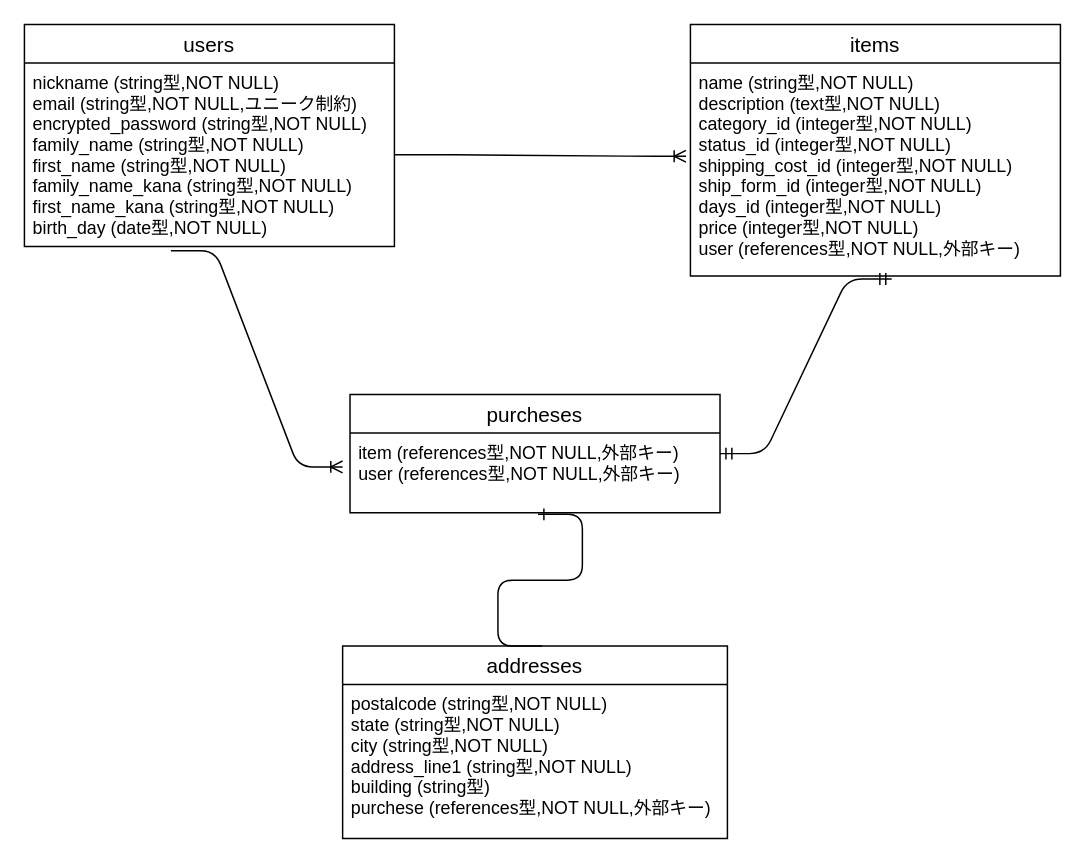
Earlier version of the draw.io diagram furima-er.dio (takashiusami0131/furima-38810). Source tidied: cells renumbered, new cells numbered last; positions are measured from the earlier drawing's top-left corner, leaving out a move shared by most shapes. Both pictures are drawn from the tidied source at 148%, with x=0, y=0 at pixel (24, 24).
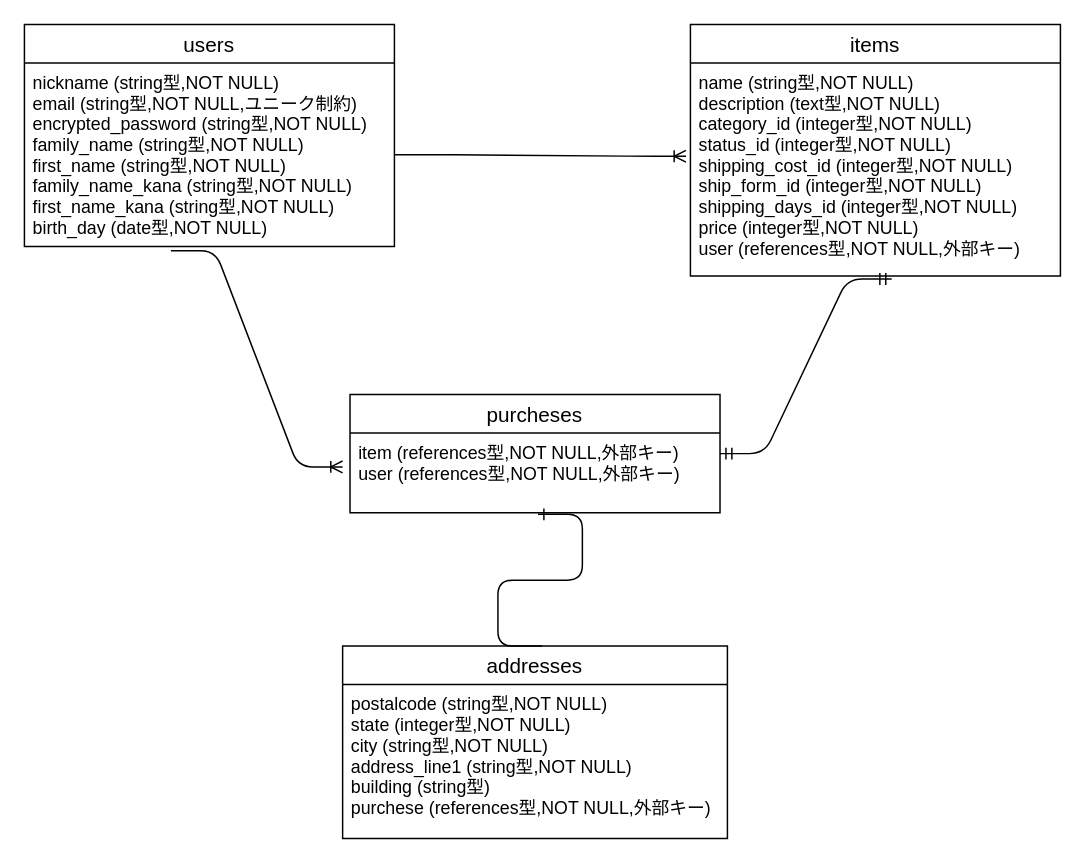
The same page after the edit.

Change to the diagram source:
```diff
@@
-<mxGraphModel>
+<mxGraphModel background="#ffffff">
   <root>
     <mxCell id="0" />
     <mxCell id="1" parent="0" />
     <mxCell id="2" value="users" style="swimlane;fontStyle=0;horizontal=1;startSize=26;align=center;fontSize=14;" parent="1" vertex="1">
       <mxGeometry width="250" height="150" as="geometry" />
     </mxCell>
     <mxCell id="3" value="nickname (string型,NOT NULL)&#10;email (string型,NOT NULL,ユニーク制約)&#10;encrypted_password (string型,NOT NULL)&#10;family_name (string型,NOT NULL)&#10;first_name (string型,NOT NULL)&#10;family_name_kana (string型,NOT NULL)&#10;first_name_kana (string型,NOT NULL)&#10;birth_day (date型,NOT NULL)" style="text;strokeColor=none;fillColor=none;spacingLeft=4;spacingRight=4;overflow=hidden;points=[[0,0.5],[1,0.5]];portConstraint=eastwest;fontSize=12;" parent="2" vertex="1">
       <mxGeometry y="26" width="250" height="124" as="geometry" />
     </mxCell>
     <mxCell id="4" value="items" style="swimlane;fontStyle=0;horizontal=1;startSize=26;align=center;fontSize=14;" parent="1" vertex="1">
       <mxGeometry x="450" width="250" height="170" as="geometry" />
     </mxCell>
-    <mxCell id="5" value="name (string型,NOT NULL)&#10;description (text型,NOT NULL)&#10;category_id (integer型,NOT NULL)&#10;status_id (integer型,NOT NULL)&#10;shipping_cost_id (integer型,NOT NULL)&#10;ship_form_id (integer型,NOT NULL)&#10;days_id (integer型,NOT NULL)&#10;price (integer型,NOT NULL)&#10;user (references型,NOT NULL,外部キー)" style="text;strokeColor=none;fillColor=none;spacingLeft=4;spacingRight=4;overflow=hidden;points=[[0,0.5],[1,0.5]];portConstraint=eastwest;fontSize=12;" parent="4" vertex="1">
+    <mxCell id="5" value="name (string型,NOT NULL)&#10;description (text型,NOT NULL)&#10;category_id (integer型,NOT NULL)&#10;status_id (integer型,NOT NULL)&#10;shipping_cost_id (integer型,NOT NULL)&#10;ship_form_id (integer型,NOT NULL)&#10;shipping_days_id (integer型,NOT NULL)&#10;price (integer型,NOT NULL)&#10;user (references型,NOT NULL,外部キー)" style="text;strokeColor=none;fillColor=none;spacingLeft=4;spacingRight=4;overflow=hidden;points=[[0,0.5],[1,0.5]];portConstraint=eastwest;fontSize=12;" parent="4" vertex="1">
       <mxGeometry y="26" width="250" height="144" as="geometry" />
     </mxCell>
     <mxCell id="6" style="edgeStyle=entityRelationEdgeStyle;fontSize=12;html=1;endArrow=ERoneToMany;exitX=1;exitY=0.5;exitDx=0;exitDy=0;entryX=-0.012;entryY=0.438;entryDx=0;entryDy=0;entryPerimeter=0;" parent="1" edge="1" source="3" target="5">
       <mxGeometry relative="1" as="geometry" />
     </mxCell>
     <mxCell id="7" value="purcheses" style="swimlane;fontStyle=0;horizontal=1;startSize=26;align=center;fontSize=14;labelBackgroundColor=none;" parent="1" vertex="1">
       <mxGeometry x="220" y="250" width="250" height="80" as="geometry" />
     </mxCell>
     <mxCell id="8" value="item (references型,NOT NULL,外部キー)&#10;user (references型,NOT NULL,外部キー)" style="text;strokeColor=none;fillColor=none;spacingLeft=4;spacingRight=4;overflow=hidden;points=[[0,0.5],[1,0.5]];portConstraint=eastwest;fontSize=12;" parent="7" vertex="1">
       <mxGeometry y="26" width="250" height="54" as="geometry" />
     </mxCell>
     <mxCell id="9" style="edgeStyle=entityRelationEdgeStyle;fontSize=12;html=1;endArrow=ERmandOne;startArrow=ERmandOne;entryX=0.544;entryY=1.014;entryDx=0;entryDy=0;entryPerimeter=0;" parent="1" edge="1" target="5">
       <mxGeometry relative="1" as="geometry">
         <mxPoint x="470" y="290" as="sourcePoint" />
       </mxGeometry>
     </mxCell>
     <mxCell id="10" value="addresses" style="swimlane;fontStyle=0;horizontal=1;startSize=26;align=center;fontSize=14;" parent="1" vertex="1">
       <mxGeometry x="215" y="420" width="260" height="130" as="geometry" />
     </mxCell>
-    <mxCell id="11" value="postalcode (string型,NOT NULL)&#10;state (string型,NOT NULL)&#10;city (string型,NOT NULL)&#10;address_line1 (string型,NOT NULL)&#10;building (string型)&#10;purchese (references型,NOT NULL,外部キー)" style="text;strokeColor=none;fillColor=none;spacingLeft=4;spacingRight=4;overflow=hidden;fontSize=12;" parent="10" vertex="1">
+    <mxCell id="11" value="postalcode (string型,NOT NULL)&#10;state (integer型,NOT NULL)&#10;city (string型,NOT NULL)&#10;address_line1 (string型,NOT NULL)&#10;building (string型)&#10;purchese (references型,NOT NULL,外部キー)" style="text;strokeColor=none;fillColor=none;spacingLeft=4;spacingRight=4;overflow=hidden;fontSize=12;" parent="10" vertex="1">
       <mxGeometry y="26" width="260" height="104" as="geometry" />
     </mxCell>
     <mxCell id="12" style="edgeStyle=entityRelationEdgeStyle;fontSize=12;html=1;endArrow=ERoneToMany;entryX=-0.02;entryY=0.426;entryDx=0;entryDy=0;entryPerimeter=0;exitX=0.396;exitY=1.024;exitDx=0;exitDy=0;exitPerimeter=0;" parent="1" edge="1" source="3" target="8">
       <mxGeometry relative="1" as="geometry" />
     </mxCell>
     <mxCell id="13" style="edgeStyle=entityRelationEdgeStyle;fontSize=12;html=1;endArrow=ERone;endFill=1;exitX=0.519;exitY=0;exitDx=0;exitDy=0;exitPerimeter=0;entryX=0.508;entryY=1.019;entryDx=0;entryDy=0;entryPerimeter=0;" parent="1" edge="1" source="10" target="8">
       <mxGeometry relative="1" as="geometry" />
     </mxCell>
   </root>
 </mxGraphModel>
```
